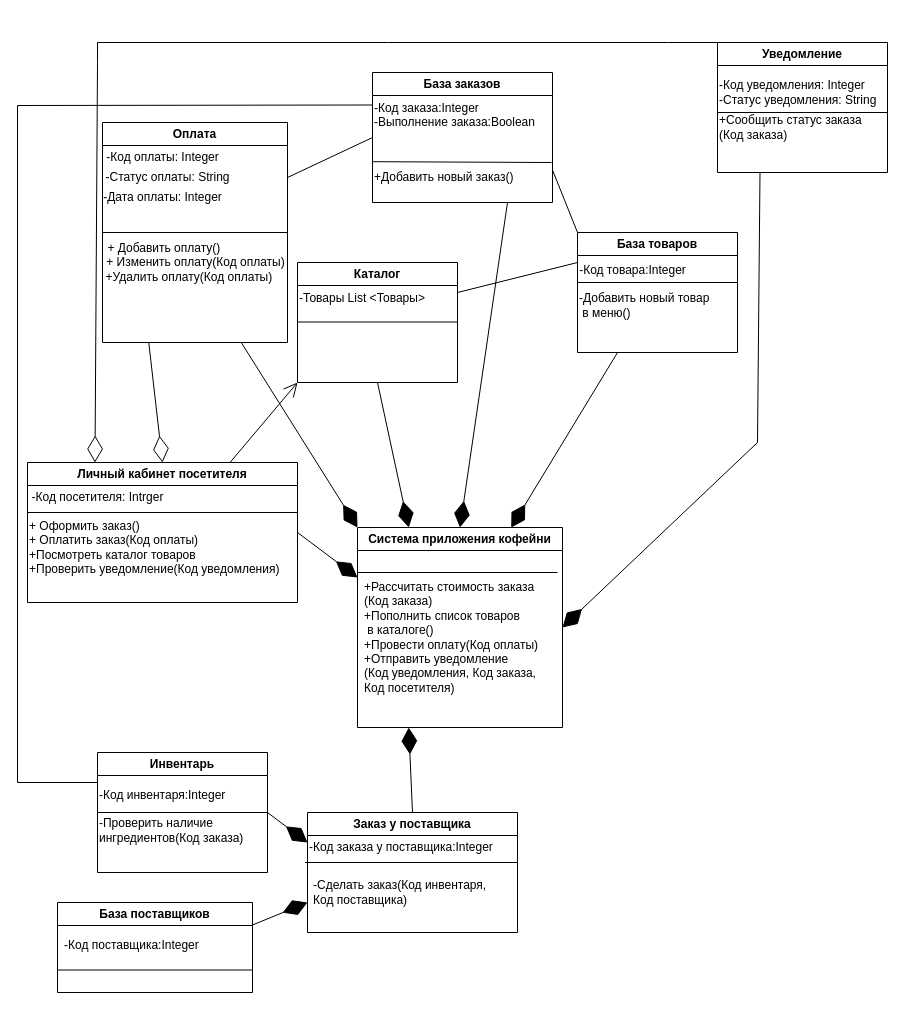
mopsin666/AKMS keeps this draw.io diagram as AKMS_5.drawio. Above is the earlier version. Source tidied: cells renumbered, new cells numbered last; positions are measured from the earlier drawing's top-left corner, leaving out a move shared by most shapes. Both pictures are drawn from the tidied source at 100%, with x=0, y=0 at pixel (17, 42).
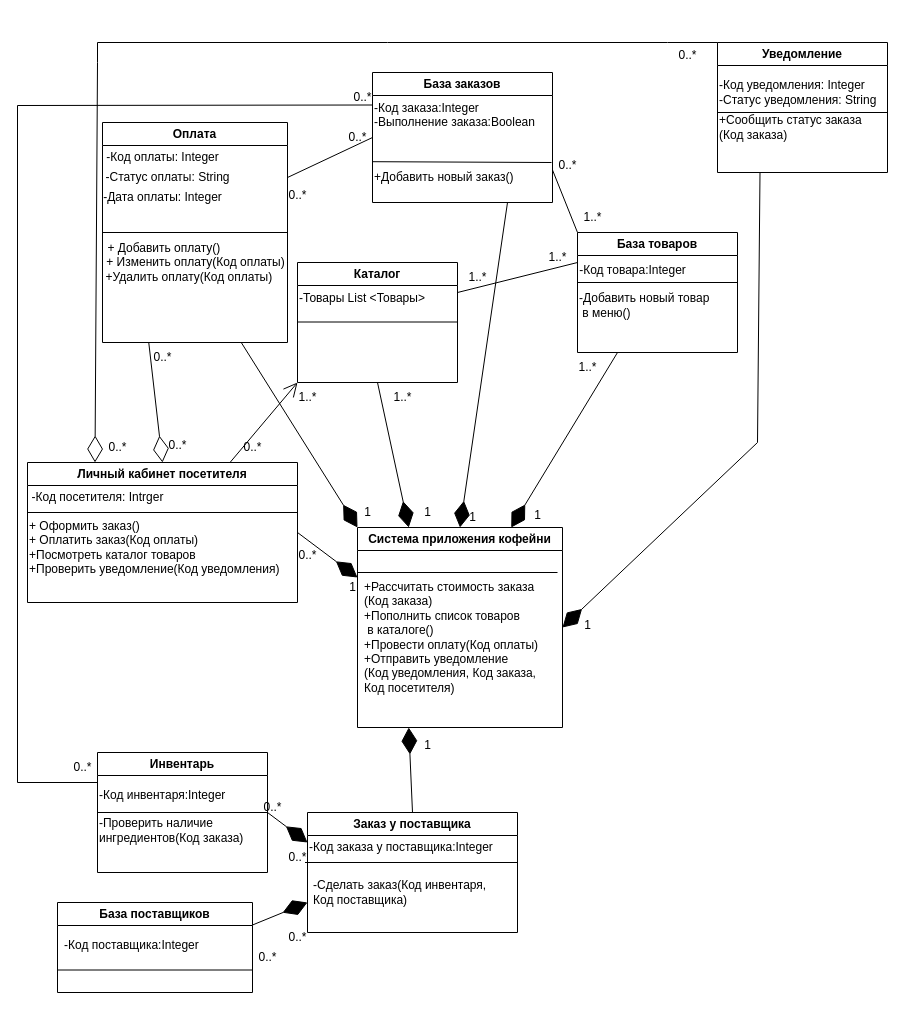
The same diagram, later.

The change refers to these unchanged cells:
```xml
<mxCell id="35" value="База товаров" style="swimlane;whiteSpace=wrap;html=1;" parent="1" vertex="1">
  <mxGeometry x="560" y="190" width="160" height="120" as="geometry" />
</mxCell>
```

Change to the diagram source:
```diff
@@
+    <mxCell id="57" value="1..*" style="text;html=1;align=center;verticalAlign=middle;strokeColor=none;fillColor=none;" parent="35" vertex="1">
+      <mxGeometry x="-40" y="10" width="40" height="30" as="geometry" />
+    </mxCell>
@@
+    <mxCell id="58" value="1" style="text;html=1;align=center;verticalAlign=middle;strokeColor=none;fillColor=none;" parent="1" vertex="1">
+      <mxGeometry x="320" y="530" width="30" height="30" as="geometry" />
+    </mxCell>
+    <mxCell id="59" value="0..*" style="text;html=1;align=center;verticalAlign=middle;strokeColor=none;fillColor=none;" parent="1" vertex="1">
+      <mxGeometry x="270" y="498" width="40" height="30" as="geometry" />
+    </mxCell>
+    <mxCell id="60" value="1" style="text;html=1;align=center;verticalAlign=middle;strokeColor=none;fillColor=none;" parent="1" vertex="1">
+      <mxGeometry x="335" y="455" width="30" height="30" as="geometry" />
+    </mxCell>
+    <mxCell id="61" value="1" style="text;html=1;align=center;verticalAlign=middle;strokeColor=none;fillColor=none;" parent="1" vertex="1">
+      <mxGeometry x="395" y="455" width="30" height="30" as="geometry" />
+    </mxCell>
+    <mxCell id="62" value="1" style="text;html=1;align=center;verticalAlign=middle;strokeColor=none;fillColor=none;" parent="1" vertex="1">
+      <mxGeometry x="440" y="460" width="30" height="30" as="geometry" />
+    </mxCell>
+    <mxCell id="63" value="1" style="text;html=1;align=center;verticalAlign=middle;strokeColor=none;fillColor=none;" parent="1" vertex="1">
+      <mxGeometry x="505" y="458" width="30" height="30" as="geometry" />
+    </mxCell>
+    <mxCell id="64" value="1" style="text;html=1;align=center;verticalAlign=middle;strokeColor=none;fillColor=none;" parent="1" vertex="1">
+      <mxGeometry x="555" y="568" width="30" height="30" as="geometry" />
+    </mxCell>
+    <mxCell id="65" value="1" style="text;html=1;align=center;verticalAlign=middle;strokeColor=none;fillColor=none;" parent="1" vertex="1">
+      <mxGeometry x="395" y="688" width="30" height="30" as="geometry" />
+    </mxCell>
+    <mxCell id="66" value="0..*" style="text;html=1;align=center;verticalAlign=middle;strokeColor=none;fillColor=none;" parent="1" vertex="1">
+      <mxGeometry x="260" y="800" width="40" height="30" as="geometry" />
+    </mxCell>
+    <mxCell id="67" value="0..*" style="text;html=1;align=center;verticalAlign=middle;strokeColor=none;fillColor=none;" parent="1" vertex="1">
+      <mxGeometry x="235" y="750" width="40" height="30" as="geometry" />
+    </mxCell>
+    <mxCell id="68" value="0..*" style="text;html=1;align=center;verticalAlign=middle;strokeColor=none;fillColor=none;" parent="1" vertex="1">
+      <mxGeometry x="230" y="900" width="40" height="30" as="geometry" />
+    </mxCell>
+    <mxCell id="69" value="0..*" style="text;html=1;align=center;verticalAlign=middle;strokeColor=none;fillColor=none;" parent="1" vertex="1">
+      <mxGeometry x="260" y="880" width="40" height="30" as="geometry" />
+    </mxCell>
+    <mxCell id="70" value="0..*" style="text;html=1;align=center;verticalAlign=middle;strokeColor=none;fillColor=none;" parent="1" vertex="1">
+      <mxGeometry x="325" y="40" width="40" height="30" as="geometry" />
+    </mxCell>
+    <mxCell id="71" value="0..*" style="text;html=1;align=center;verticalAlign=middle;strokeColor=none;fillColor=none;" parent="1" vertex="1">
+      <mxGeometry x="125" y="300" width="40" height="30" as="geometry" />
+    </mxCell>
+    <mxCell id="72" value="0..*" style="text;html=1;align=center;verticalAlign=middle;strokeColor=none;fillColor=none;" parent="1" vertex="1">
+      <mxGeometry x="140" y="388" width="40" height="30" as="geometry" />
+    </mxCell>
+    <mxCell id="73" value="0..*" style="text;html=1;align=center;verticalAlign=middle;strokeColor=none;fillColor=none;" parent="1" vertex="1">
+      <mxGeometry x="80" y="390" width="40" height="30" as="geometry" />
+    </mxCell>
+    <mxCell id="74" value="0..*" style="text;html=1;align=center;verticalAlign=middle;strokeColor=none;fillColor=none;" parent="1" vertex="1">
+      <mxGeometry x="650" y="-2" width="40" height="30" as="geometry" />
+    </mxCell>
+    <mxCell id="75" value="0..*" style="text;html=1;align=center;verticalAlign=middle;strokeColor=none;fillColor=none;" parent="1" vertex="1">
+      <mxGeometry x="260" y="138" width="40" height="30" as="geometry" />
+    </mxCell>
+    <mxCell id="76" value="0..*" style="text;html=1;align=center;verticalAlign=middle;strokeColor=none;fillColor=none;" parent="1" vertex="1">
+      <mxGeometry x="320" y="80" width="40" height="30" as="geometry" />
+    </mxCell>
+    <mxCell id="77" value="0..*" style="text;html=1;align=center;verticalAlign=middle;strokeColor=none;fillColor=none;" parent="1" vertex="1">
+      <mxGeometry x="530" y="108" width="40" height="30" as="geometry" />
+    </mxCell>
+    <mxCell id="78" value="1..*" style="text;html=1;align=center;verticalAlign=middle;strokeColor=none;fillColor=none;" parent="1" vertex="1">
+      <mxGeometry x="555" y="160" width="40" height="30" as="geometry" />
+    </mxCell>
+    <mxCell id="79" value="1..*" style="text;html=1;align=center;verticalAlign=middle;strokeColor=none;fillColor=none;" parent="1" vertex="1">
+      <mxGeometry x="550" y="310" width="40" height="30" as="geometry" />
+    </mxCell>
+    <mxCell id="80" value="1..*" style="text;html=1;align=center;verticalAlign=middle;strokeColor=none;fillColor=none;" parent="1" vertex="1">
+      <mxGeometry x="440" y="220" width="40" height="30" as="geometry" />
+    </mxCell>
+    <mxCell id="81" value="1..*" style="text;html=1;align=center;verticalAlign=middle;strokeColor=none;fillColor=none;" parent="1" vertex="1">
+      <mxGeometry x="270" y="340" width="40" height="30" as="geometry" />
+    </mxCell>
+    <mxCell id="82" value="1..*" style="text;html=1;align=center;verticalAlign=middle;strokeColor=none;fillColor=none;" parent="1" vertex="1">
+      <mxGeometry x="365" y="340" width="40" height="30" as="geometry" />
+    </mxCell>
+    <mxCell id="83" value="0..*" style="text;html=1;align=center;verticalAlign=middle;strokeColor=none;fillColor=none;" parent="1" vertex="1">
+      <mxGeometry x="215" y="390" width="40" height="30" as="geometry" />
+    </mxCell>
+    <mxCell id="84" value="0..*" style="text;html=1;align=center;verticalAlign=middle;strokeColor=none;fillColor=none;" parent="1" vertex="1">
+      <mxGeometry x="45" y="710" width="40" height="30" as="geometry" />
+    </mxCell>
```
